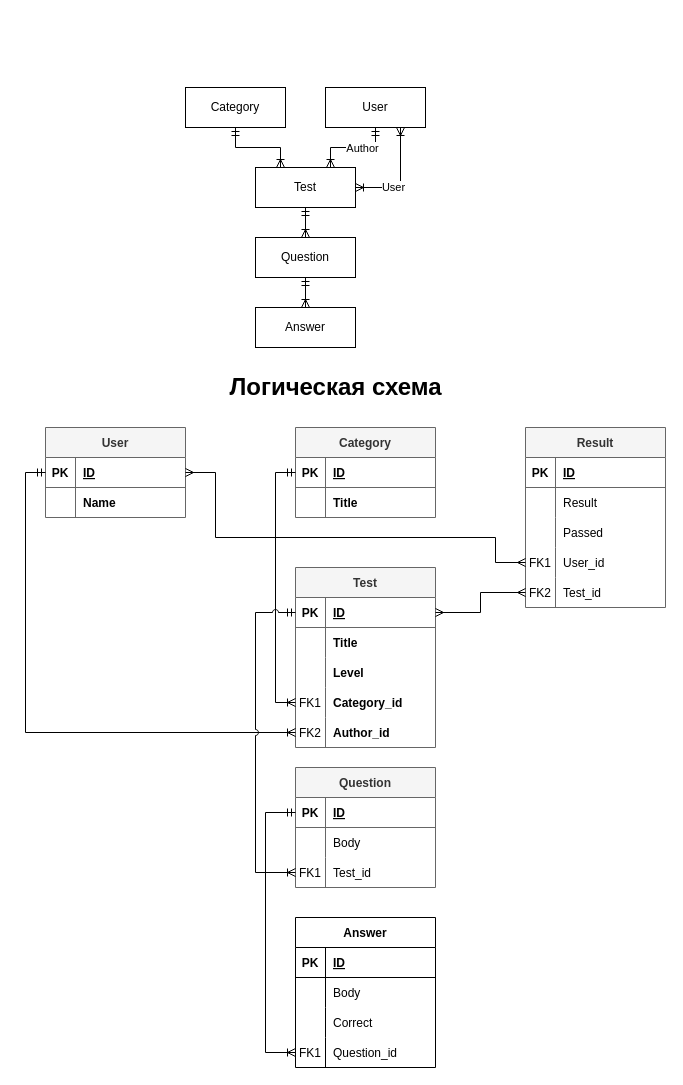
This is scheme.drawio from slydevruby/test-wiki, a draw.io file, before an edit. Source tidied: cells renumbered, new cells numbered last; positions are measured from the earlier drawing's top-left corner, leaving out a move shared by most shapes. Both pictures are drawn from the tidied source at 100%, with x=0, y=0 at pixel (45, 87).
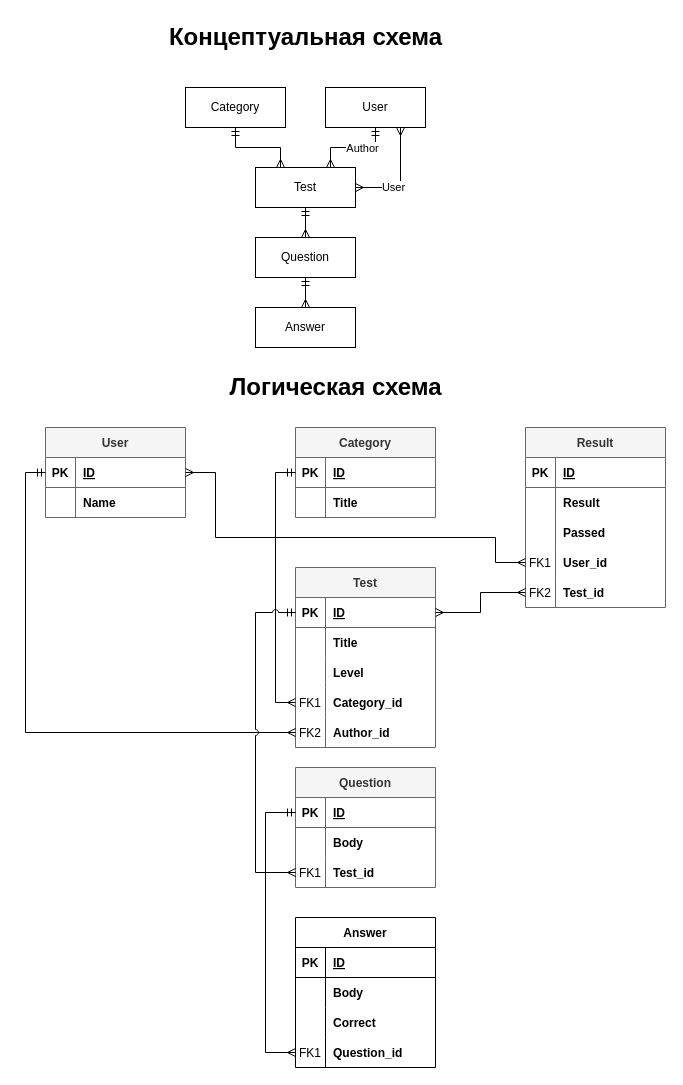
Above is the later version.

Unchanged cells that the change refers to:
```xml
<mxCell id="3" value="Category" style="whiteSpace=wrap;html=1;align=center;" parent="1" vertex="1">
  <mxGeometry x="140" width="100" height="40" as="geometry" />
</mxCell>
<mxCell id="5" value="Test" style="whiteSpace=wrap;html=1;align=center;" parent="1" vertex="1">
  <mxGeometry x="210" y="80" width="100" height="40" as="geometry" />
</mxCell>
<mxCell id="10" value="User" style="whiteSpace=wrap;html=1;align=center;" parent="1" vertex="1">
  <mxGeometry x="280" width="100" height="40" as="geometry" />
</mxCell>
<mxCell id="12" value="Question" style="whiteSpace=wrap;html=1;align=center;" parent="1" vertex="1">
  <mxGeometry x="210" y="150" width="100" height="40" as="geometry" />
</mxCell>
<mxCell id="13" value="Answer" style="whiteSpace=wrap;html=1;align=center;" parent="1" vertex="1">
  <mxGeometry x="210" y="220" width="100" height="40" as="geometry" />
</mxCell>
<mxCell id="15" style="shape=tableRow;horizontal=0;startSize=0;swimlaneHead=0;swimlaneBody=0;fillColor=none;points=[[0,0.5],[1,0.5]];portConstraint=eastwest;strokeColor=inherit;top=0;left=0;right=0;bottom=1;" parent="14" vertex="1">
  <mxGeometry y="30" width="140" height="30" as="geometry" />
</mxCell>
<mxCell id="22" style="shape=tableRow;horizontal=0;startSize=0;swimlaneHead=0;swimlaneBody=0;fillColor=none;points=[[0,0.5],[1,0.5]];portConstraint=eastwest;strokeColor=inherit;top=0;left=0;right=0;bottom=1;" parent="21" vertex="1">
  <mxGeometry y="30" width="140" height="30" as="geometry" />
</mxCell>
<mxCell id="29" style="shape=tableRow;horizontal=0;startSize=0;swimlaneHead=0;swimlaneBody=0;fillColor=none;points=[[0,0.5],[1,0.5]];portConstraint=eastwest;strokeColor=inherit;top=0;left=0;right=0;bottom=1;" parent="28" vertex="1">
  <mxGeometry y="30" width="140" height="30" as="geometry" />
</mxCell>
<mxCell id="38" style="shape=tableRow;horizontal=0;startSize=0;swimlaneHead=0;swimlaneBody=0;fillColor=none;points=[[0,0.5],[1,0.5]];portConstraint=eastwest;strokeColor=inherit;top=0;left=0;right=0;bottom=0;" parent="28" vertex="1">
  <mxGeometry y="120" width="140" height="30" as="geometry" />
</mxCell>
<mxCell id="41" style="shape=tableRow;horizontal=0;startSize=0;swimlaneHead=0;swimlaneBody=0;fillColor=none;points=[[0,0.5],[1,0.5]];portConstraint=eastwest;strokeColor=inherit;top=0;left=0;right=0;bottom=0;" parent="28" vertex="1">
  <mxGeometry y="150" width="140" height="30" as="geometry" />
</mxCell>
<mxCell id="45" style="shape=tableRow;horizontal=0;startSize=0;swimlaneHead=0;swimlaneBody=0;fillColor=none;points=[[0,0.5],[1,0.5]];portConstraint=eastwest;strokeColor=inherit;top=0;left=0;right=0;bottom=1;" parent="44" vertex="1">
  <mxGeometry y="30" width="140" height="30" as="geometry" />
</mxCell>
<mxCell id="48" style="shape=tableRow;horizontal=0;startSize=0;swimlaneHead=0;swimlaneBody=0;fillColor=none;strokeColor=inherit;top=0;left=0;right=0;bottom=0;" parent="44" vertex="1">
  <mxGeometry y="60" width="140" height="30" as="geometry" />
</mxCell>
<mxCell id="51" style="shape=tableRow;horizontal=0;startSize=0;swimlaneHead=0;swimlaneBody=0;fillColor=none;points=[[0,0.5],[1,0.5]];portConstraint=eastwest;strokeColor=inherit;top=0;left=0;right=0;bottom=0;" parent="44" vertex="1">
  <mxGeometry y="90" width="140" height="30" as="geometry" />
</mxCell>
<mxCell id="58" style="shape=tableRow;horizontal=0;startSize=0;swimlaneHead=0;swimlaneBody=0;fillColor=none;strokeColor=inherit;top=0;left=0;right=0;bottom=0;" parent="54" vertex="1">
  <mxGeometry y="60" width="140" height="30" as="geometry" />
</mxCell>
<mxCell id="61" style="shape=tableRow;horizontal=0;startSize=0;swimlaneHead=0;swimlaneBody=0;fillColor=none;strokeColor=inherit;top=0;left=0;right=0;bottom=0;" parent="54" vertex="1">
  <mxGeometry y="90" width="140" height="30" as="geometry" />
</mxCell>
<mxCell id="64" style="shape=tableRow;horizontal=0;startSize=0;swimlaneHead=0;swimlaneBody=0;fillColor=none;points=[[0,0.5],[1,0.5]];portConstraint=eastwest;strokeColor=inherit;top=0;left=0;right=0;bottom=0;" parent="54" vertex="1">
  <mxGeometry y="120" width="140" height="30" as="geometry" />
</mxCell>
<mxCell id="71" style="shape=tableRow;horizontal=0;startSize=0;swimlaneHead=0;swimlaneBody=0;fillColor=none;strokeColor=inherit;top=0;left=0;right=0;bottom=0;" parent="67" vertex="1">
  <mxGeometry y="60" width="140" height="30" as="geometry" />
</mxCell>
<mxCell id="74" style="shape=tableRow;horizontal=0;startSize=0;swimlaneHead=0;swimlaneBody=0;fillColor=none;strokeColor=inherit;top=0;left=0;right=0;bottom=0;" parent="67" vertex="1">
  <mxGeometry y="90" width="140" height="30" as="geometry" />
</mxCell>
<mxCell id="77" style="shape=tableRow;horizontal=0;startSize=0;swimlaneHead=0;swimlaneBody=0;fillColor=none;points=[[0,0.5],[1,0.5]];portConstraint=eastwest;strokeColor=inherit;top=0;left=0;right=0;bottom=0;" parent="67" vertex="1">
  <mxGeometry y="120" width="140" height="30" as="geometry" />
</mxCell>
<mxCell id="80" style="shape=tableRow;horizontal=0;startSize=0;swimlaneHead=0;swimlaneBody=0;fillColor=none;points=[[0,0.5],[1,0.5]];portConstraint=eastwest;strokeColor=inherit;top=0;left=0;right=0;bottom=0;" parent="67" vertex="1">
  <mxGeometry y="150" width="140" height="30" as="geometry" />
</mxCell>
```

The edit, as a diff of the source:
```diff
@@
-    <mxCell id="2" style="edgeStyle=orthogonalEdgeStyle;rounded=0;jettySize=auto;html=1;entryX=0.25;entryY=0;entryDx=0;entryDy=0;startArrow=ERmandOne;startFill=0;endArrow=ERoneToMany;endFill=0;" parent="1" edge="1" source="3" target="5">
+    <mxCell id="2" style="edgeStyle=orthogonalEdgeStyle;rounded=0;jettySize=auto;html=1;entryX=0.25;entryY=0;entryDx=0;entryDy=0;startArrow=ERmandOne;startFill=0;endArrow=ERmany;endFill=0;" parent="1" edge="1" source="3" target="5">
       <mxGeometry relative="1" as="geometry" />
     </mxCell>
@@
-    <mxCell id="4" style="edgeStyle=orthogonalEdgeStyle;rounded=0;jettySize=auto;html=1;exitX=0.5;exitY=1;exitDx=0;exitDy=0;entryX=0.5;entryY=0;entryDx=0;entryDy=0;startArrow=ERmandOne;startFill=0;endArrow=ERoneToMany;endFill=0;" parent="1" edge="1" source="5" target="12">
+    <mxCell id="4" style="edgeStyle=orthogonalEdgeStyle;rounded=0;jettySize=auto;html=1;exitX=0.5;exitY=1;exitDx=0;exitDy=0;entryX=0.5;entryY=0;entryDx=0;entryDy=0;startArrow=ERmandOne;startFill=0;endArrow=ERmany;endFill=0;" parent="1" edge="1" source="5" target="12">
       <mxGeometry relative="1" as="geometry" />
     </mxCell>
@@
-    <mxCell id="6" style="edgeStyle=orthogonalEdgeStyle;rounded=0;jettySize=auto;html=1;entryX=0.75;entryY=0;entryDx=0;entryDy=0;startArrow=ERmandOne;startFill=0;endArrow=ERoneToMany;endFill=0;" parent="1" edge="1" source="10" target="5">
+    <mxCell id="6" style="edgeStyle=orthogonalEdgeStyle;rounded=0;jettySize=auto;html=1;entryX=0.75;entryY=0;entryDx=0;entryDy=0;startArrow=ERmandOne;startFill=0;endArrow=ERmany;endFill=0;" parent="1" edge="1" source="10" target="5">
       <mxGeometry relative="1" as="geometry" />
     </mxCell>
@@
-    <mxCell id="8" style="edgeStyle=orthogonalEdgeStyle;rounded=0;jettySize=auto;html=1;exitX=0.75;exitY=1;exitDx=0;exitDy=0;entryX=1;entryY=0.5;entryDx=0;entryDy=0;startArrow=ERoneToMany;startFill=0;endArrow=ERoneToMany;endFill=0;" parent="1" edge="1" source="10" target="5">
+    <mxCell id="8" style="edgeStyle=orthogonalEdgeStyle;rounded=0;jettySize=auto;html=1;exitX=0.75;exitY=1;exitDx=0;exitDy=0;entryX=1;entryY=0.5;entryDx=0;entryDy=0;startArrow=ERmany;startFill=0;endArrow=ERmany;endFill=0;" parent="1" edge="1" source="10" target="5">
       <mxGeometry relative="1" as="geometry" />
     </mxCell>
@@
-    <mxCell id="11" style="edgeStyle=orthogonalEdgeStyle;rounded=0;jettySize=auto;html=1;exitX=0.5;exitY=1;exitDx=0;exitDy=0;entryX=0.5;entryY=0;entryDx=0;entryDy=0;startArrow=ERmandOne;startFill=0;endArrow=ERoneToMany;endFill=0;" parent="1" edge="1" source="12" target="13">
+    <mxCell id="11" style="edgeStyle=orthogonalEdgeStyle;rounded=0;jettySize=auto;html=1;exitX=0.5;exitY=1;exitDx=0;exitDy=0;entryX=0.5;entryY=0;entryDx=0;entryDy=0;startArrow=ERmandOne;startFill=0;endArrow=ERmany;endFill=0;" parent="1" edge="1" source="12" target="13">
       <mxGeometry relative="1" as="geometry" />
     </mxCell>
@@
-    <mxCell id="50" value="Body" style="shape=partialRectangle;overflow=hidden;fillColor=none;align=left;strokeColor=inherit;top=0;left=0;bottom=0;right=0;spacingLeft=6;" parent="48" vertex="1">
+    <mxCell id="50" value="Body" style="shape=partialRectangle;overflow=hidden;fillColor=none;align=left;strokeColor=inherit;top=0;left=0;bottom=0;right=0;spacingLeft=6;fontStyle=1;" parent="48" vertex="1">
       <mxGeometry x="30" width="110" height="30" as="geometry" />
     </mxCell>
@@
-    <mxCell id="53" value="Test_id" style="shape=partialRectangle;overflow=hidden;fillColor=none;align=left;strokeColor=inherit;top=0;left=0;bottom=0;right=0;spacingLeft=6;" parent="51" vertex="1">
+    <mxCell id="53" value="Test_id" style="shape=partialRectangle;overflow=hidden;fillColor=none;align=left;strokeColor=inherit;top=0;left=0;bottom=0;right=0;spacingLeft=6;fontStyle=1;" parent="51" vertex="1">
       <mxGeometry x="30" width="110" height="30" as="geometry" />
     </mxCell>
@@
-    <mxCell id="60" value="Body" style="shape=partialRectangle;overflow=hidden;fillColor=none;align=left;strokeColor=inherit;top=0;left=0;bottom=0;right=0;spacingLeft=6;" parent="58" vertex="1">
+    <mxCell id="60" value="Body" style="shape=partialRectangle;overflow=hidden;fillColor=none;align=left;strokeColor=inherit;top=0;left=0;bottom=0;right=0;spacingLeft=6;fontStyle=1;" parent="58" vertex="1">
       <mxGeometry x="30" width="110" height="30" as="geometry" />
     </mxCell>
@@
-    <mxCell id="63" value="Correct" style="shape=partialRectangle;overflow=hidden;fillColor=none;align=left;strokeColor=inherit;top=0;left=0;bottom=0;right=0;spacingLeft=6;" parent="61" vertex="1">
+    <mxCell id="63" value="Correct" style="shape=partialRectangle;overflow=hidden;fillColor=none;align=left;strokeColor=inherit;top=0;left=0;bottom=0;right=0;spacingLeft=6;fontStyle=1;" parent="61" vertex="1">
       <mxGeometry x="30" width="110" height="30" as="geometry" />
     </mxCell>
@@
-    <mxCell id="66" value="Question_id" style="shape=partialRectangle;overflow=hidden;fillColor=none;align=left;strokeColor=inherit;top=0;left=0;bottom=0;right=0;spacingLeft=6;" parent="64" vertex="1">
+    <mxCell id="66" value="Question_id" style="shape=partialRectangle;overflow=hidden;fillColor=none;align=left;strokeColor=inherit;top=0;left=0;bottom=0;right=0;spacingLeft=6;fontStyle=1;" parent="64" vertex="1">
       <mxGeometry x="30" width="110" height="30" as="geometry" />
     </mxCell>
@@
-    <mxCell id="73" value="Result" style="shape=partialRectangle;overflow=hidden;fillColor=none;align=left;strokeColor=inherit;top=0;left=0;bottom=0;right=0;spacingLeft=6;" parent="71" vertex="1">
+    <mxCell id="73" value="Result" style="shape=partialRectangle;overflow=hidden;fillColor=none;align=left;strokeColor=inherit;top=0;left=0;bottom=0;right=0;spacingLeft=6;fontStyle=1;" parent="71" vertex="1">
       <mxGeometry x="30" width="110" height="30" as="geometry" />
     </mxCell>
@@
-    <mxCell id="76" value="Passed" style="shape=partialRectangle;overflow=hidden;fillColor=none;align=left;strokeColor=inherit;top=0;left=0;bottom=0;right=0;spacingLeft=6;" parent="74" vertex="1">
+    <mxCell id="76" value="Passed" style="shape=partialRectangle;overflow=hidden;fillColor=none;align=left;strokeColor=inherit;top=0;left=0;bottom=0;right=0;spacingLeft=6;fontStyle=1;" parent="74" vertex="1">
       <mxGeometry x="30" width="110" height="30" as="geometry" />
     </mxCell>
@@
-    <mxCell id="79" value="User_id" style="shape=partialRectangle;overflow=hidden;fillColor=none;align=left;strokeColor=inherit;top=0;left=0;bottom=0;right=0;spacingLeft=6;" parent="77" vertex="1">
+    <mxCell id="79" value="User_id" style="shape=partialRectangle;overflow=hidden;fillColor=none;align=left;strokeColor=inherit;top=0;left=0;bottom=0;right=0;spacingLeft=6;fontStyle=1;" parent="77" vertex="1">
       <mxGeometry x="30" width="110" height="30" as="geometry" />
     </mxCell>
@@
-    <mxCell id="82" value="Test_id" style="shape=partialRectangle;overflow=hidden;fillColor=none;align=left;strokeColor=inherit;top=0;left=0;bottom=0;right=0;spacingLeft=6;" parent="80" vertex="1">
+    <mxCell id="82" value="Test_id" style="shape=partialRectangle;overflow=hidden;fillColor=none;align=left;strokeColor=inherit;top=0;left=0;bottom=0;right=0;spacingLeft=6;fontStyle=1;" parent="80" vertex="1">
       <mxGeometry x="30" width="110" height="30" as="geometry" />
     </mxCell>
-    <mxCell id="83" style="edgeStyle=orthogonalEdgeStyle;rounded=0;jettySize=auto;html=1;exitX=0;exitY=0.5;exitDx=0;exitDy=0;entryX=0;entryY=0.5;entryDx=0;entryDy=0;startArrow=ERmandOne;startFill=0;endArrow=ERoneToMany;endFill=0;" parent="1" edge="1" source="15" target="38">
+    <mxCell id="83" style="edgeStyle=orthogonalEdgeStyle;rounded=0;jettySize=auto;html=1;exitX=0;exitY=0.5;exitDx=0;exitDy=0;entryX=0;entryY=0.5;entryDx=0;entryDy=0;startArrow=ERmandOne;startFill=0;endArrow=ERmany;endFill=0;" parent="1" edge="1" source="15" target="38">
       <mxGeometry relative="1" as="geometry" />
     </mxCell>
-    <mxCell id="84" style="edgeStyle=orthogonalEdgeStyle;rounded=0;jettySize=auto;html=1;exitX=0;exitY=0.5;exitDx=0;exitDy=0;entryX=0;entryY=0.5;entryDx=0;entryDy=0;startArrow=ERmandOne;startFill=0;endArrow=ERoneToMany;endFill=0;" parent="1" edge="1" source="22" target="41">
+    <mxCell id="84" style="edgeStyle=orthogonalEdgeStyle;rounded=0;jettySize=auto;html=1;exitX=0;exitY=0.5;exitDx=0;exitDy=0;entryX=0;entryY=0.5;entryDx=0;entryDy=0;startArrow=ERmandOne;startFill=0;endArrow=ERmany;endFill=0;" parent="1" edge="1" source="22" target="41">
       <mxGeometry relative="1" as="geometry" />
     </mxCell>
-    <mxCell id="85" style="edgeStyle=orthogonalEdgeStyle;rounded=0;jettySize=auto;html=1;exitX=0;exitY=0.5;exitDx=0;exitDy=0;entryX=0;entryY=0.5;entryDx=0;entryDy=0;startArrow=ERmandOne;startFill=0;endArrow=ERoneToMany;endFill=0;jumpStyle=arc;" parent="1" edge="1" source="29" target="51">
+    <mxCell id="85" style="edgeStyle=orthogonalEdgeStyle;rounded=0;jettySize=auto;html=1;exitX=0;exitY=0.5;exitDx=0;exitDy=0;entryX=0;entryY=0.5;entryDx=0;entryDy=0;startArrow=ERmandOne;startFill=0;endArrow=ERmany;endFill=0;jumpStyle=arc;" parent="1" edge="1" source="29" target="51">
       <mxGeometry relative="1" as="geometry">
         <Array as="points">
           <mxPoint x="210" y="525" />
           <mxPoint x="210" y="785" />
         </Array>
       </mxGeometry>
     </mxCell>
-    <mxCell id="86" style="edgeStyle=orthogonalEdgeStyle;rounded=0;jettySize=auto;html=1;exitX=0;exitY=0.5;exitDx=0;exitDy=0;entryX=0;entryY=0.5;entryDx=0;entryDy=0;startArrow=ERmandOne;startFill=0;endArrow=ERoneToMany;endFill=0;" parent="1" edge="1" source="45" target="64">
+    <mxCell id="86" style="edgeStyle=orthogonalEdgeStyle;rounded=0;jettySize=auto;html=1;exitX=0;exitY=0.5;exitDx=0;exitDy=0;entryX=0;entryY=0.5;entryDx=0;entryDy=0;startArrow=ERmandOne;startFill=0;endArrow=ERmany;endFill=0;" parent="1" edge="1" source="45" target="64">
       <mxGeometry relative="1" as="geometry">
         <Array as="points">
           <mxPoint x="220" y="725" />
           <mxPoint x="220" y="965" />
         </Array>
       </mxGeometry>
     </mxCell>
@@
+    <mxCell id="90" value="Концептуальная схема" style="text;strokeColor=none;fillColor=none;html=1;fontSize=24;fontStyle=1;verticalAlign=middle;align=center;" parent="1" vertex="1">
+      <mxGeometry x="210" y="-70" width="100" height="40" as="geometry" />
+    </mxCell>
```
